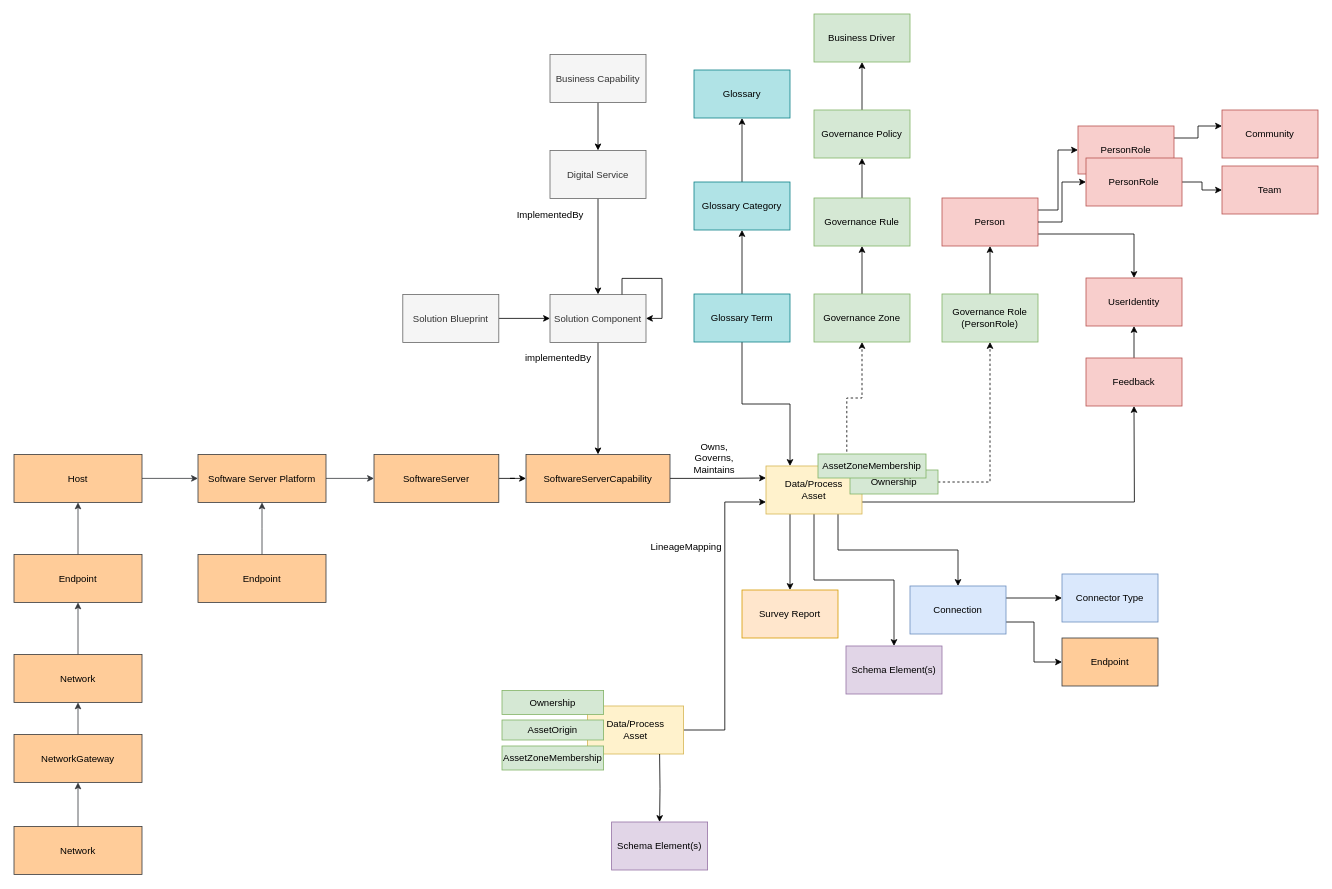
odpi/egeria-docs keeps this draw.io diagram as page "bigger-picture" (9 of 12) of site/docs/content-packs/simple-content-pack/egeria-data-apis-events-catalog.drawio. Above is the earlier version. Source tidied: cells renumbered, new cells numbered last; positions are measured from the earlier drawing's top-left corner, leaving out a move shared by most shapes. Both pictures are drawn from the tidied source at 80%, with x=0, y=0 at pixel (14, 14).
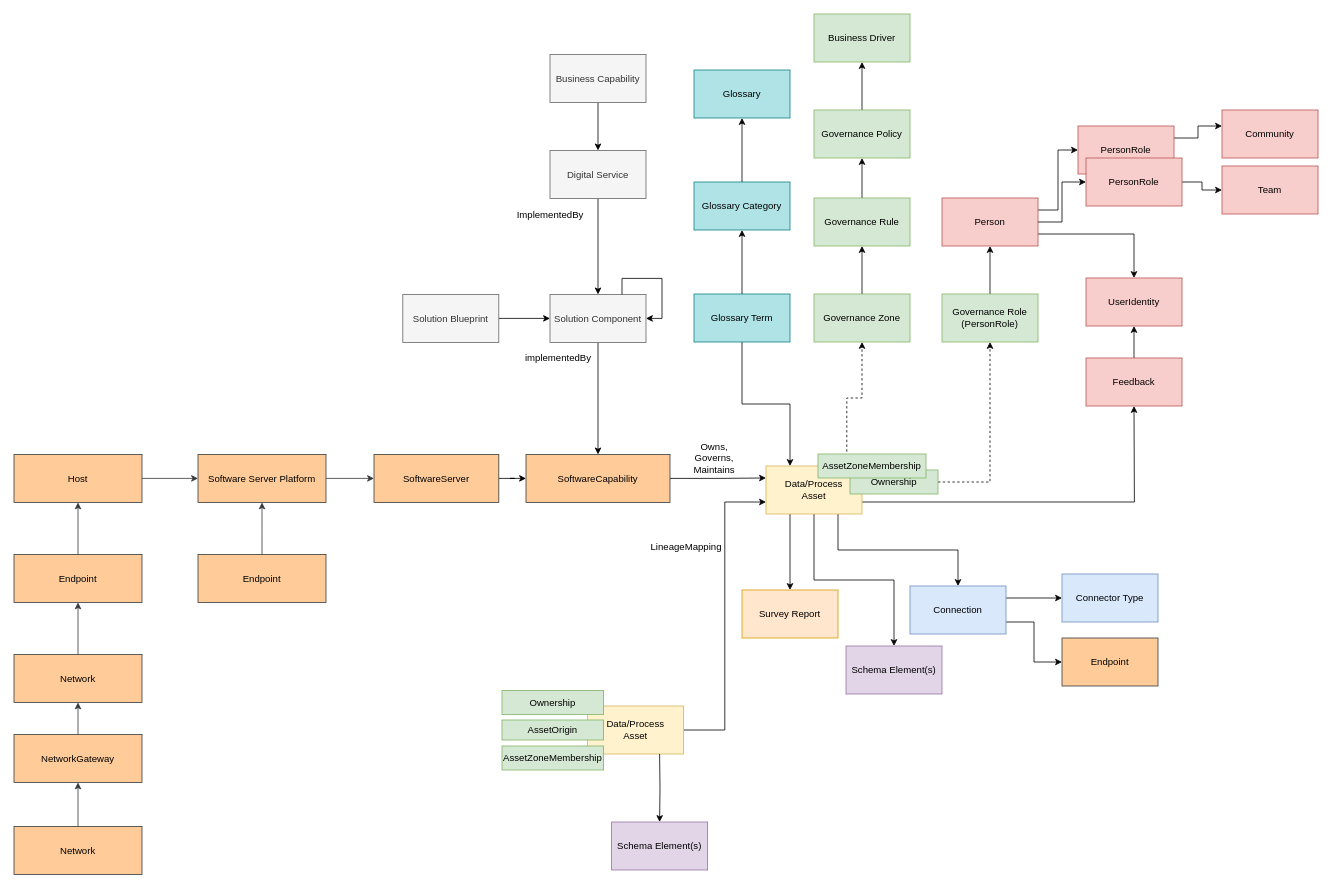
Above is the later version.

Change to the diagram source:
```diff
@@
-    <mxCell id="16" value="SoftwareServerCapability" style="rounded=0;whiteSpace=wrap;html=1;shadow=0;fillColor=#ffcc99;strokeColor=#36393d;" parent="1" vertex="1">
+    <mxCell id="16" value="SoftwareCapability" style="rounded=0;whiteSpace=wrap;html=1;shadow=0;fillColor=#ffcc99;strokeColor=#36393d;" parent="1" vertex="1">
       <mxGeometry x="640" y="550.5" width="180" height="60" as="geometry" />
     </mxCell>
```
